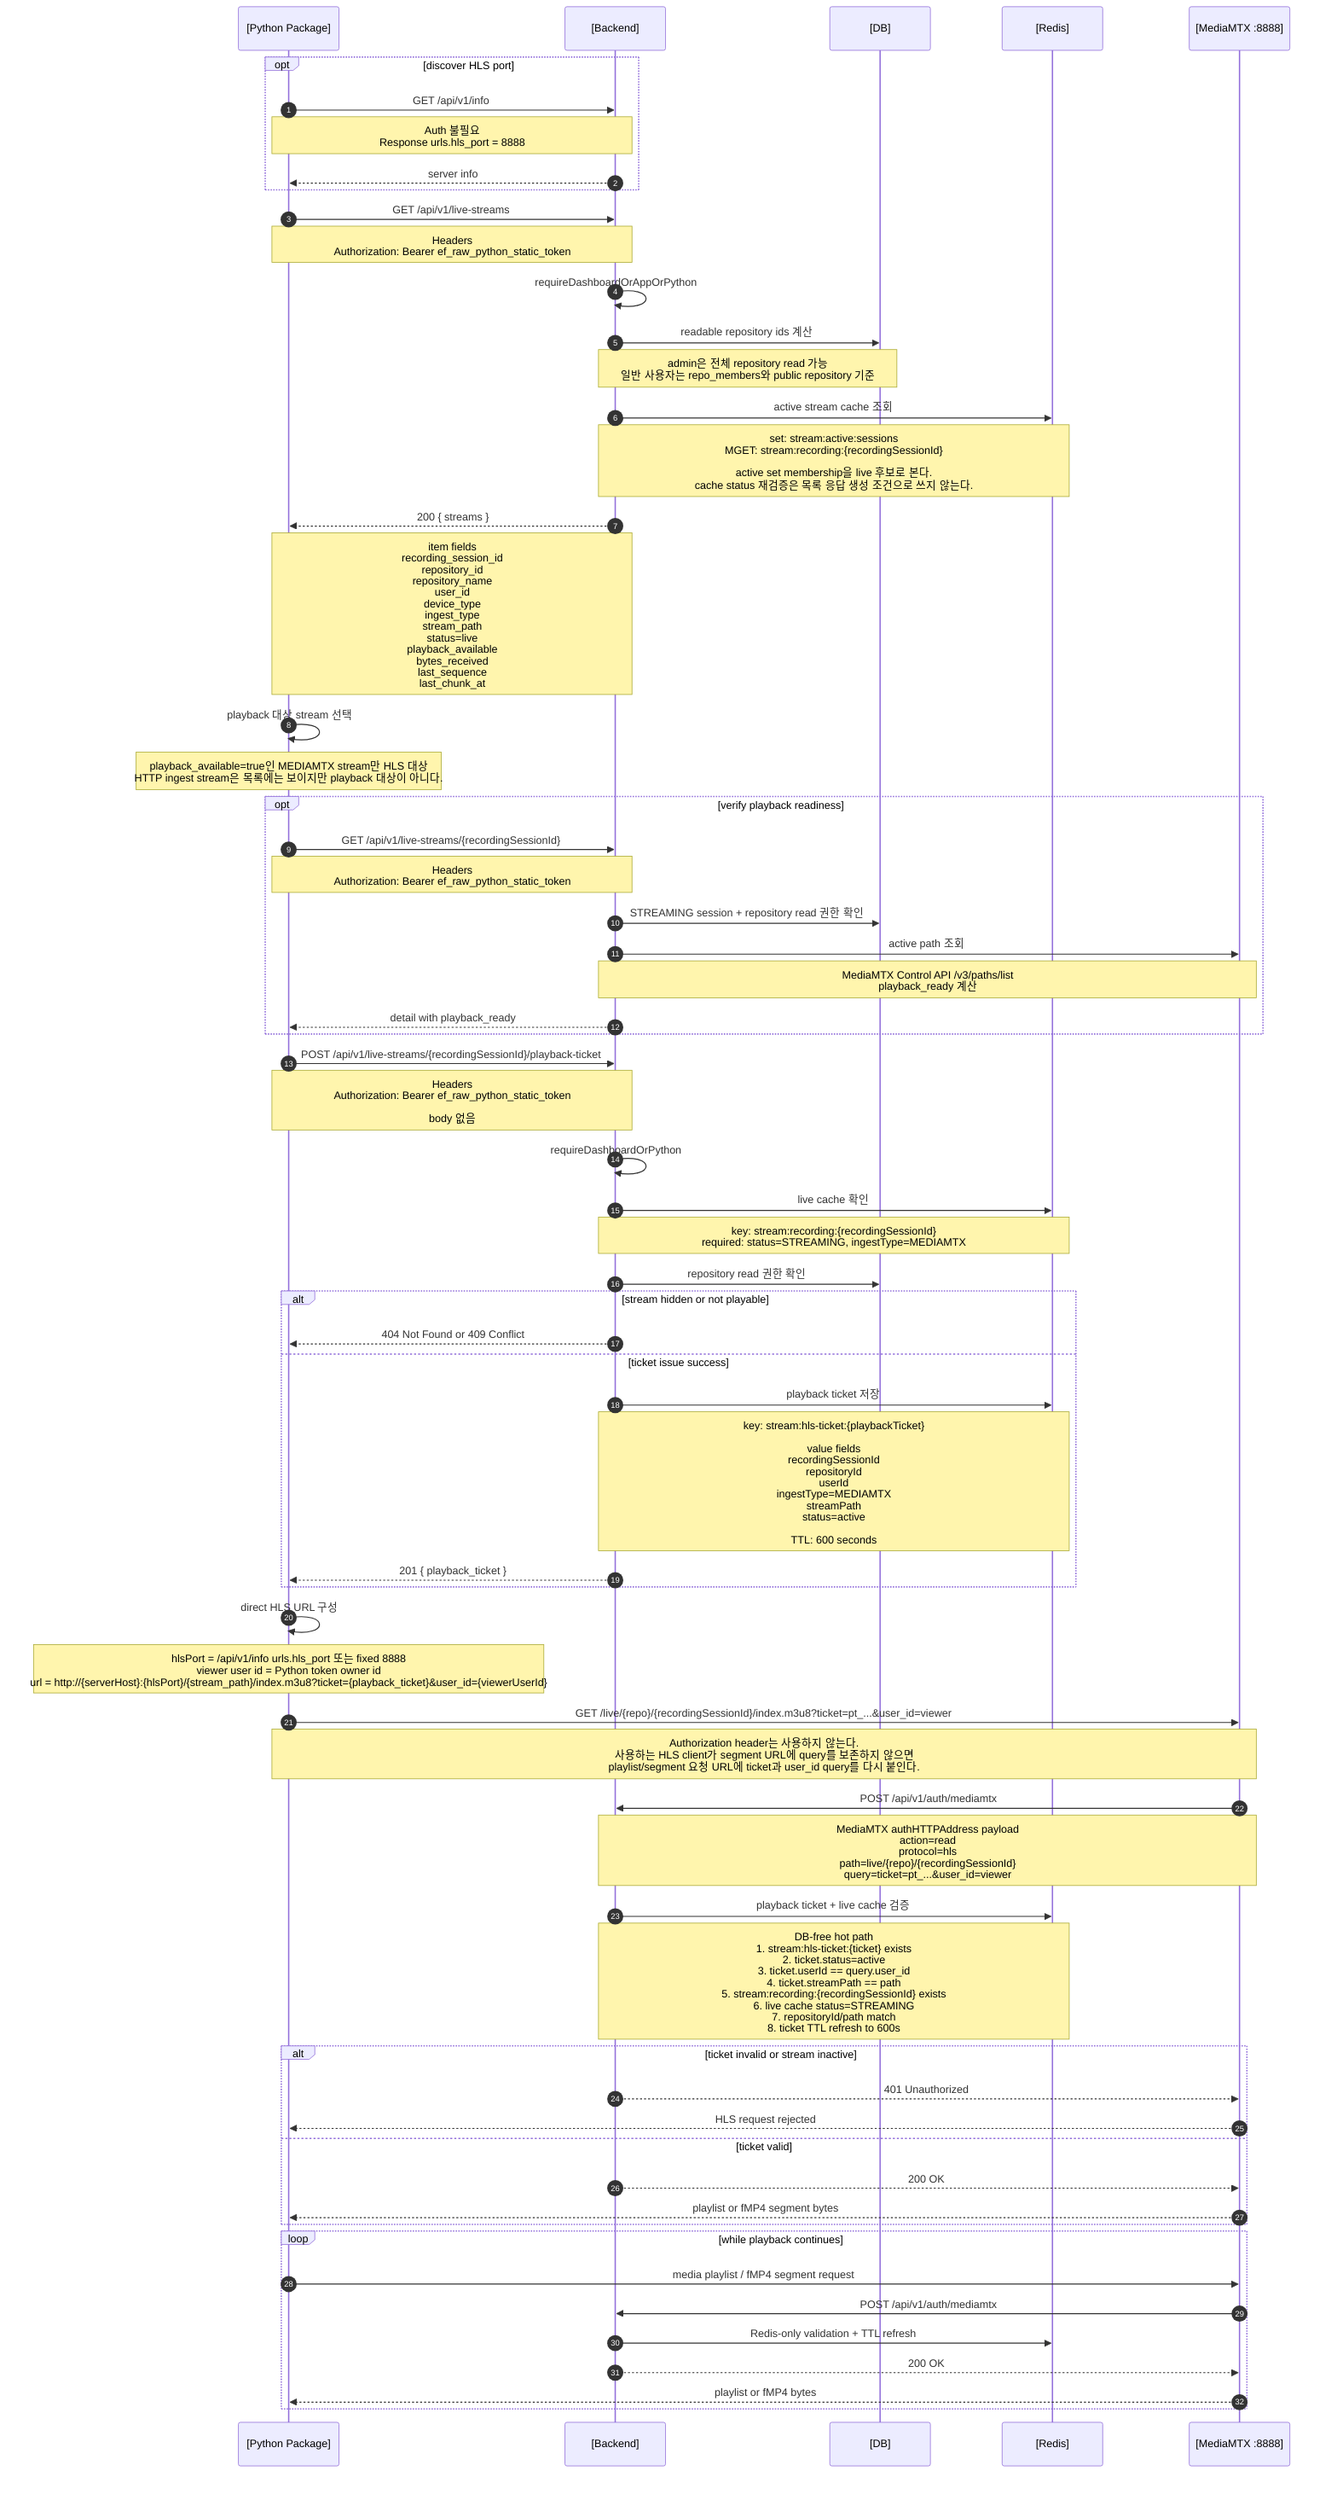
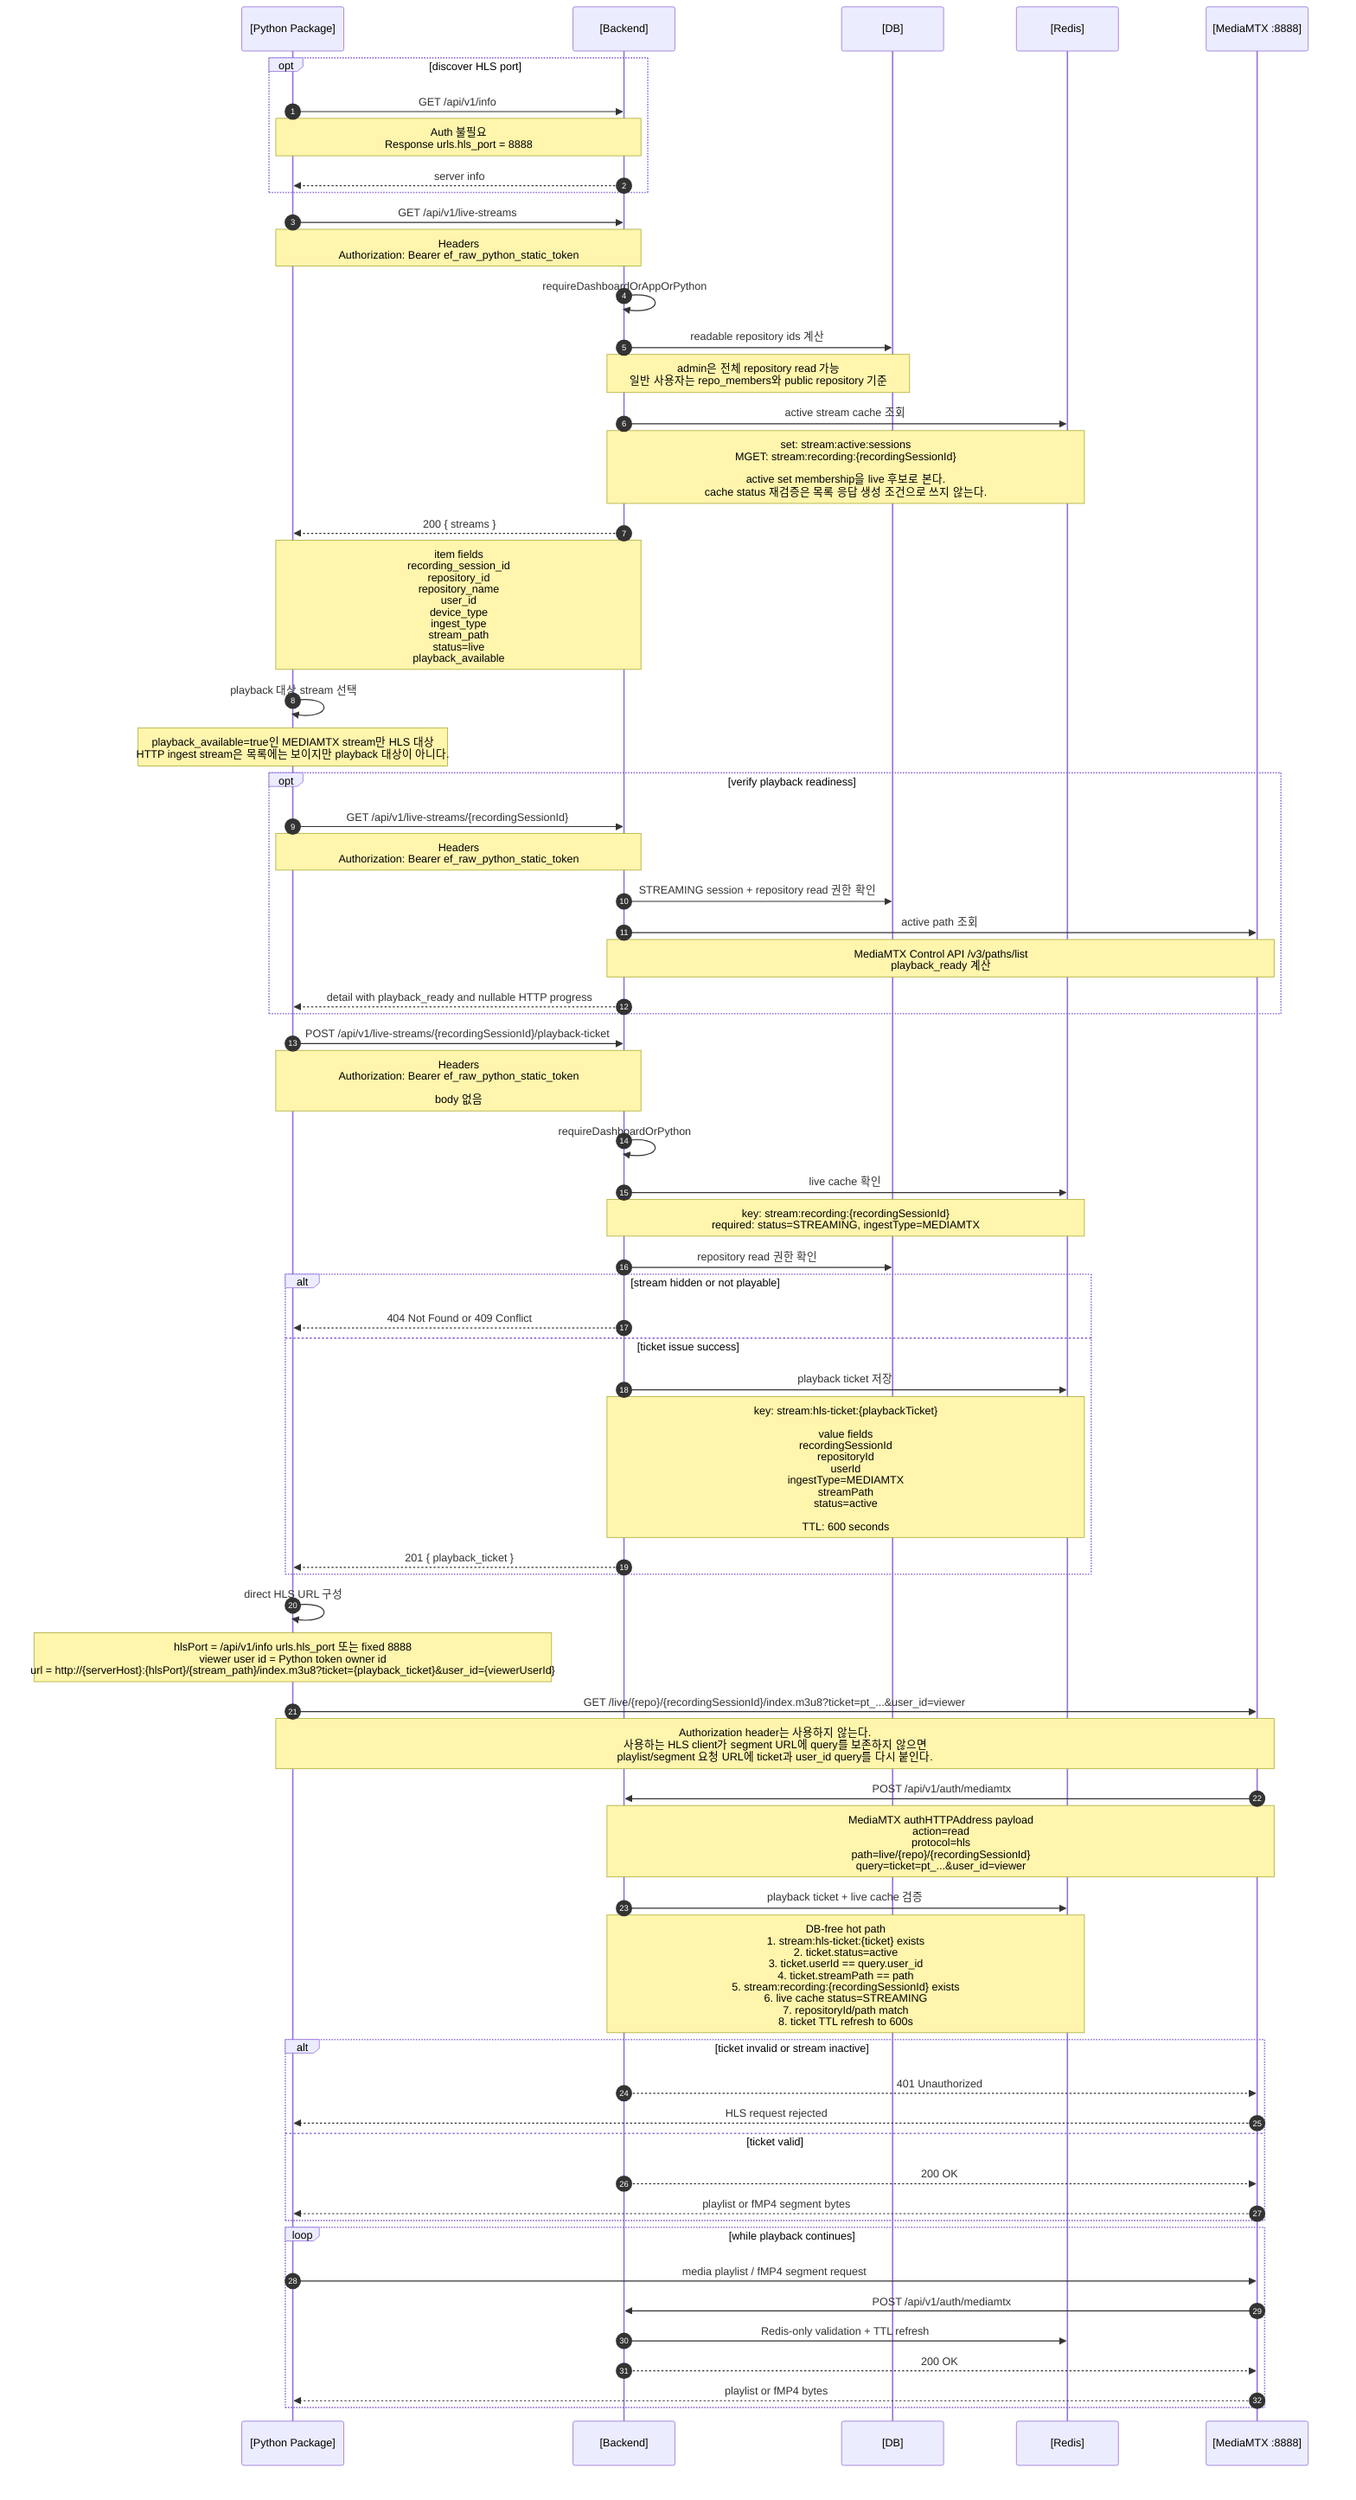
sequenceDiagram
  autonumber
  participant Python as [Python Package]
  participant Backend as [Backend]
  participant DB as [DB]
  participant Redis as [Redis]
  participant MTX as [MediaMTX :8888]

  opt discover HLS port
    Python->>Backend: GET /api/v1/info
    Note over Python,Backend: Auth 불필요<br/>Response urls.hls_port = 8888
    Backend-->>Python: server info
  end

  Python->>Backend: GET /api/v1/live-streams
  Note over Python,Backend: Headers<br/>Authorization: Bearer ef_raw_python_static_token

  Backend->>Backend: requireDashboardOrAppOrPython
  Backend->>DB: readable repository ids 계산
  Note over Backend,DB: admin은 전체 repository read 가능<br/>일반 사용자는 repo_members와 public repository 기준

  Backend->>Redis: active stream cache 조회
  Note over Backend,Redis: set: stream:active:sessions<br/>MGET: stream:recording:{recordingSessionId}<br/><br/>active set membership을 live 후보로 본다.<br/>cache status 재검증은 목록 응답 생성 조건으로 쓰지 않는다.

  Backend-->>Python: 200 { streams }
-   Note over Backend,Python: item fields<br/>recording_session_id<br/>repository_id<br/>repository_name<br/>user_id<br/>device_type<br/>ingest_type<br/>stream_path<br/>status=live<br/>playback_available<br/>bytes_received<br/>last_sequence<br/>last_chunk_at
+   Note over Backend,Python: item fields<br/>recording_session_id<br/>repository_id<br/>repository_name<br/>user_id<br/>device_type<br/>ingest_type<br/>stream_path<br/>status=live<br/>playback_available

  Python->>Python: playback 대상 stream 선택
  Note over Python: playback_available=true인 MEDIAMTX stream만 HLS 대상<br/>HTTP ingest stream은 목록에는 보이지만 playback 대상이 아니다.

  opt verify playback readiness
    Python->>Backend: GET /api/v1/live-streams/{recordingSessionId}
    Note over Python,Backend: Headers<br/>Authorization: Bearer ef_raw_python_static_token
    Backend->>DB: STREAMING session + repository read 권한 확인
    Backend->>MTX: active path 조회
    Note over Backend,MTX: MediaMTX Control API /v3/paths/list<br/>playback_ready 계산
-     Backend-->>Python: detail with playback_ready
+     Backend-->>Python: detail with playback_ready and nullable HTTP progress
  end

  Python->>Backend: POST /api/v1/live-streams/{recordingSessionId}/playback-ticket
  Note over Python,Backend: Headers<br/>Authorization: Bearer ef_raw_python_static_token<br/><br/>body 없음

  Backend->>Backend: requireDashboardOrPython
  Backend->>Redis: live cache 확인
  Note over Backend,Redis: key: stream:recording:{recordingSessionId}<br/>required: status=STREAMING, ingestType=MEDIAMTX
  Backend->>DB: repository read 권한 확인

  alt stream hidden or not playable
    Backend-->>Python: 404 Not Found or 409 Conflict
  else ticket issue success
    Backend->>Redis: playback ticket 저장
    Note over Backend,Redis: key: stream:hls-ticket:{playbackTicket}<br/><br/>value fields<br/>recordingSessionId<br/>repositoryId<br/>userId<br/>ingestType=MEDIAMTX<br/>streamPath<br/>status=active<br/><br/>TTL: 600 seconds
    Backend-->>Python: 201 { playback_ticket }
  end

  Python->>Python: direct HLS URL 구성
  Note over Python: hlsPort = /api/v1/info urls.hls_port 또는 fixed 8888<br/>viewer user id = Python token owner id<br/>url = http://{serverHost}:{hlsPort}/{stream_path}/index.m3u8?ticket={playback_ticket}&user_id={viewerUserId}

  Python->>MTX: GET /live/{repo}/{recordingSessionId}/index.m3u8?ticket=pt_...&user_id=viewer
  Note over Python,MTX: Authorization header는 사용하지 않는다.<br/>사용하는 HLS client가 segment URL에 query를 보존하지 않으면<br/>playlist/segment 요청 URL에 ticket과 user_id query를 다시 붙인다.

  MTX->>Backend: POST /api/v1/auth/mediamtx
  Note over MTX,Backend: MediaMTX authHTTPAddress payload<br/>action=read<br/>protocol=hls<br/>path=live/{repo}/{recordingSessionId}<br/>query=ticket=pt_...&user_id=viewer

  Backend->>Redis: playback ticket + live cache 검증
  Note over Backend,Redis: DB-free hot path<br/>1. stream:hls-ticket:{ticket} exists<br/>2. ticket.status=active<br/>3. ticket.userId == query.user_id<br/>4. ticket.streamPath == path<br/>5. stream:recording:{recordingSessionId} exists<br/>6. live cache status=STREAMING<br/>7. repositoryId/path match<br/>8. ticket TTL refresh to 600s

  alt ticket invalid or stream inactive
    Backend-->>MTX: 401 Unauthorized
    MTX-->>Python: HLS request rejected
  else ticket valid
    Backend-->>MTX: 200 OK
    MTX-->>Python: playlist or fMP4 segment bytes
  end

  loop while playback continues
    Python->>MTX: media playlist / fMP4 segment request
    MTX->>Backend: POST /api/v1/auth/mediamtx
    Backend->>Redis: Redis-only validation + TTL refresh
    Backend-->>MTX: 200 OK
    MTX-->>Python: playlist or fMP4 bytes
  end

%% 참고:
%% Python playback ticket 발급은 ef_ static token으로 수행한다.
%% completed video manifest(/api/v1/repositories/{repoId}/manifest) 흐름과 live HLS playback은 별개다.
%% Python HLS client는 segment request까지 ticket과 user_id query가 전달되도록 해야 한다.
%% query가 segment request까지 자동 유지되지 않는 client라면 각 playlist/segment URL에 같은 query를 다시 붙인다.
%% HLS bytes는 Caddy를 거치지 않고 MediaMTX 8888/tcp에서 직접 받는다.
%% Caddy /hls route와 legacy HLS auth endpoint는 현재 구조에 없다.
